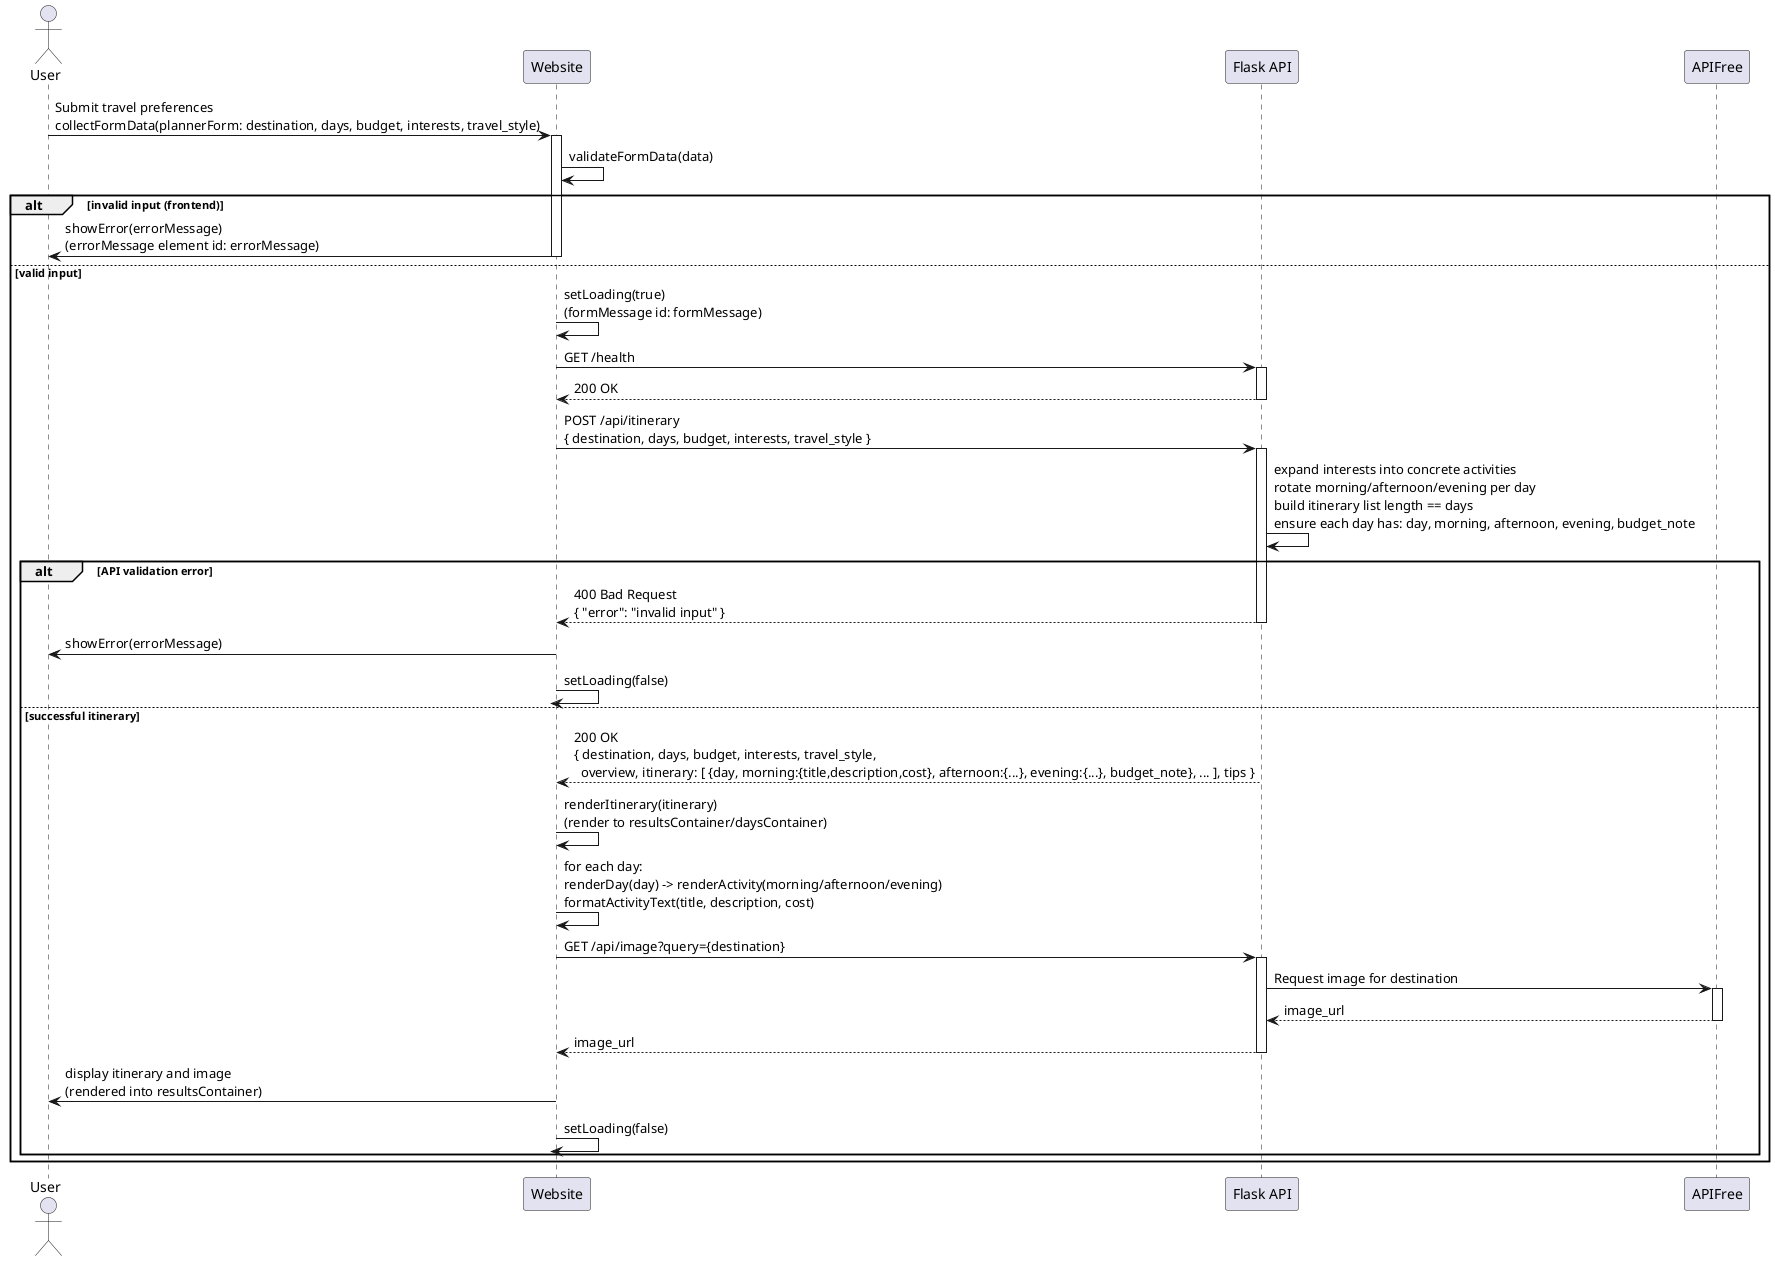
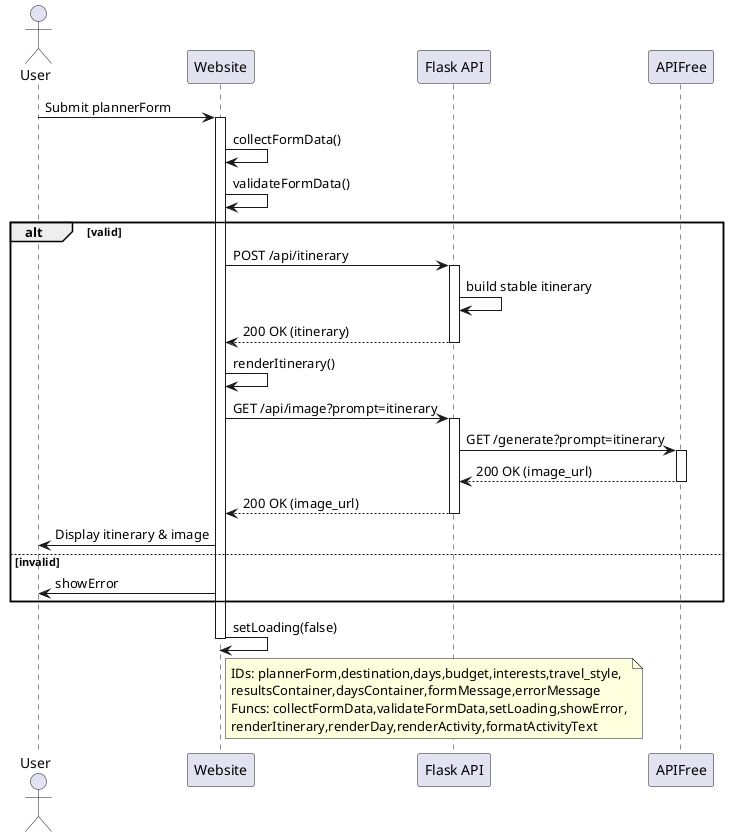
@startuml
actor User
participant Website
participant "Flask API" as API
participant APIFree

- User -> Website : Submit travel preferences\ncollectFormData(plannerForm: destination, days, budget, interests, travel_style)
+ User -> Website: Submit plannerForm
activate Website
+ Website -> Website: collectFormData()
+ Website -> Website: validateFormData()
+ alt valid
+   Website -> API: POST /api/itinerary
+   activate API
+   API -> API: build stable itinerary
+   API --> Website: 200 OK (itinerary)
+   deactivate API
+   Website -> Website: renderItinerary()
+   Website -> API: GET /api/image?prompt=itinerary
+   activate API
+   API -> APIFree: GET /generate?prompt=itinerary
+   activate APIFree
+   APIFree --> API: 200 OK (image_url)
+   deactivate APIFree
+   API --> Website: 200 OK (image_url)
+   deactivate API
+   Website -> User: Display itinerary & image
+ else invalid
+   Website -> User: showError
+ end
+ Website -> Website: setLoading(false)
+ deactivate Website

- Website -> Website : validateFormData(data)
- alt invalid input (frontend)
-   Website -> User : showError(errorMessage)\n(errorMessage element id: errorMessage)
-   deactivate Website
- else valid input
-   Website -> Website : setLoading(true)\n(formMessage id: formMessage)
-   Website -> API : GET /health
-   activate API
-   API --> Website : 200 OK
-   deactivate API
- 
-   Website -> API : POST /api/itinerary\n{ destination, days, budget, interests, travel_style }
-   activate API
-   API -> API : expand interests into concrete activities\nrotate morning/afternoon/evening per day\nbuild itinerary list length == days\nensure each day has: day, morning, afternoon, evening, budget_note
-   alt API validation error
-     API --> Website : 400 Bad Request\n{ "error": "invalid input" }
-     deactivate API
- 
-     Website -> User : showError(errorMessage)
-     Website -> Website : setLoading(false)
-     deactivate Website
-   else successful itinerary
-     API --> Website : 200 OK\n{ destination, days, budget, interests, travel_style,\n  overview, itinerary: [ {day, morning:{title,description,cost}, afternoon:{...}, evening:{...}, budget_note}, ... ], tips }
-     deactivate API
- 
-     Website -> Website : renderItinerary(itinerary)\n(render to resultsContainer/daysContainer)
-     Website -> Website : for each day:\nrenderDay(day) -> renderActivity(morning/afternoon/evening)\nformatActivityText(title, description, cost)
-     Website -> API : GET /api/image?query={destination}
-     activate API
-     API -> APIFree : Request image for destination
-     activate APIFree
-     APIFree --> API : image_url
-     deactivate APIFree
-     API --> Website : image_url
-     deactivate API
- 
-     Website -> User : display itinerary and image\n(rendered into resultsContainer)
-     Website -> Website : setLoading(false)
-     deactivate Website
-   end
- end
+ note right of Website
+ IDs: plannerForm,destination,days,budget,interests,travel_style,
+ resultsContainer,daysContainer,formMessage,errorMessage
+ Funcs: collectFormData,validateFormData,setLoading,showError,
+ renderItinerary,renderDay,renderActivity,formatActivityText
+ end note
@enduml